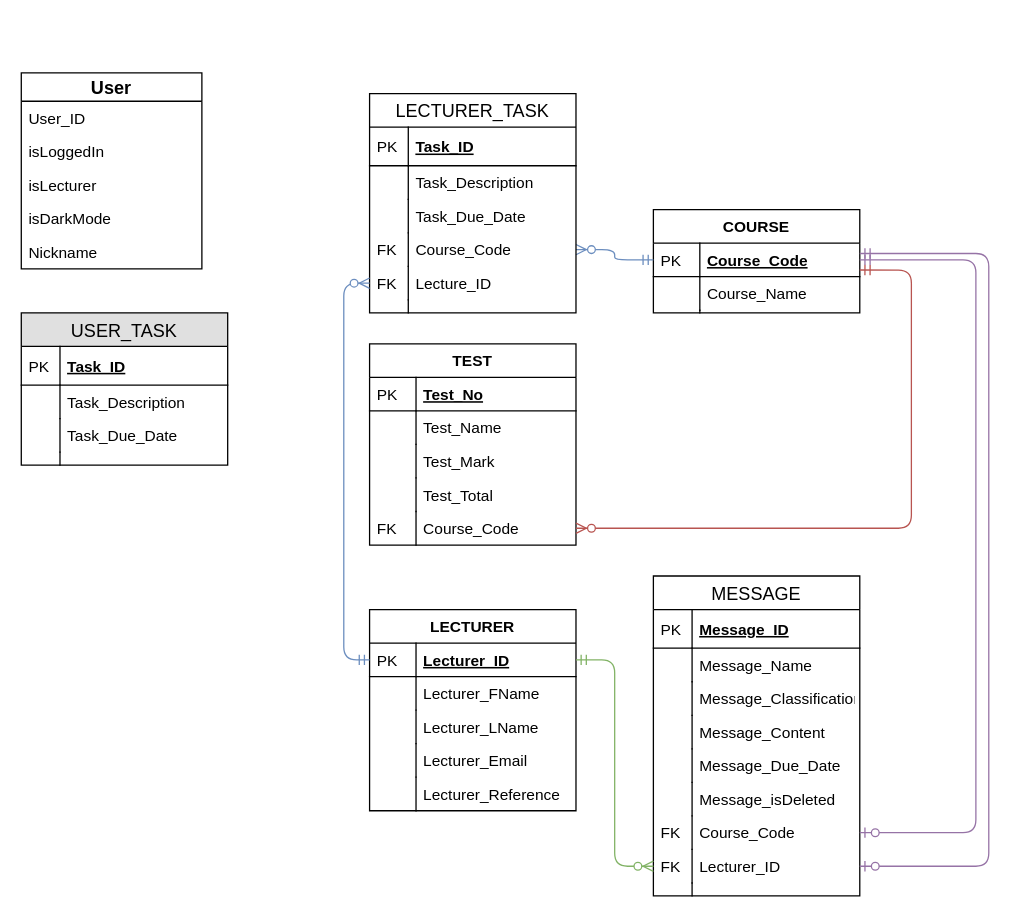
Above: Other/ERDS/LocalIntialERD.drawio in Arneev/LecTrac (draw.io), before the change. Source tidied: cells renumbered, new cells numbered last; positions are measured from the earlier drawing's top-left corner, leaving out a move shared by most shapes. Both pictures are drawn from the tidied source at 129%, with x=0, y=0 at pixel (21, 72).
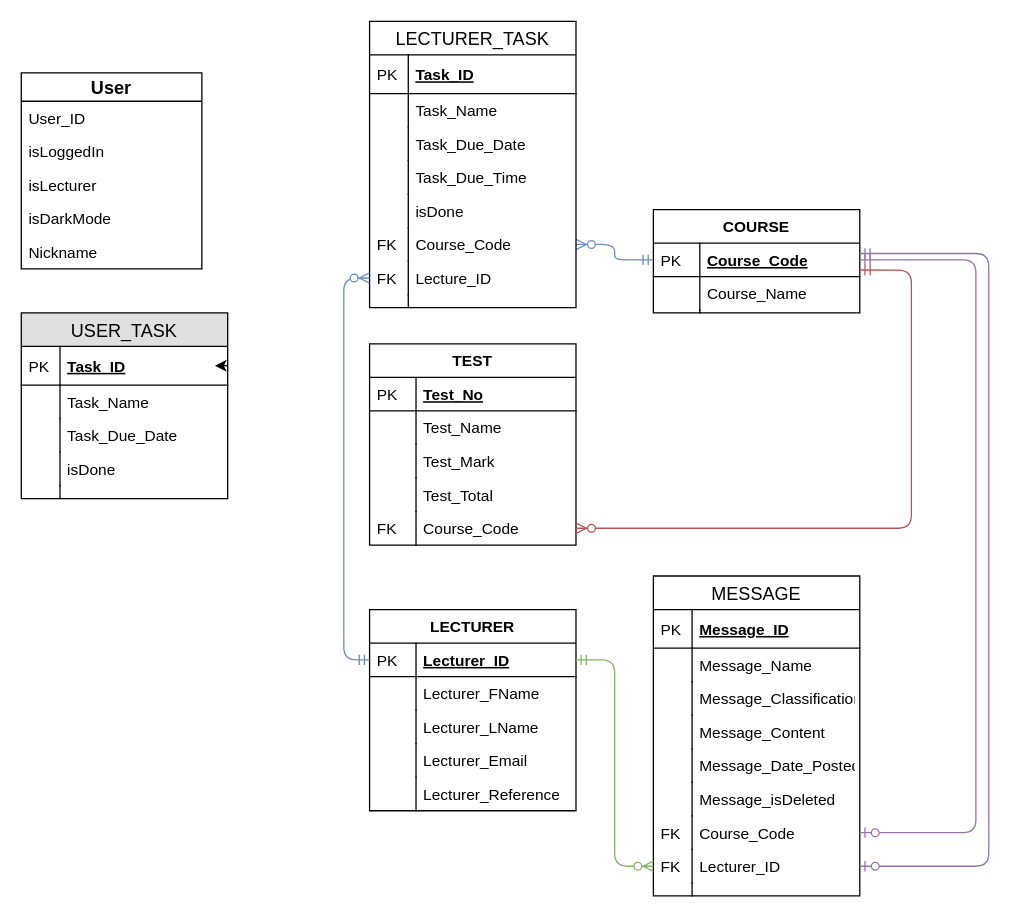
The same page after the edit.

The change refers to these unchanged cells:
```xml
<mxCell id="33" value="MESSAGE" style="swimlane;fontStyle=0;horizontal=1;startSize=26;align=center;fontSize=14;" parent="1" vertex="1">
  <mxGeometry x="490" y="390" width="160" height="248" as="geometry" />
</mxCell>
<mxCell id="76" value="Task_ID" style="shape=partialRectangle;top=0;left=0;right=0;bottom=1;align=left;verticalAlign=middle;fillColor=none;spacingLeft=34;spacingRight=4;overflow=hidden;points=[[0,0.5],[1,0.5]];portConstraint=eastwest;fontStyle=5;fontSize=12;" parent="75" vertex="1">
  <mxGeometry y="26" width="160" height="30" as="geometry" />
</mxCell>
```

Change to the diagram source:
```diff
@@
-    <mxCell id="42" value="Message_Due_Date" style="shape=partialRectangle;top=0;left=0;right=0;bottom=0;align=left;verticalAlign=top;fillColor=none;spacingLeft=34;spacingRight=4;overflow=hidden;fontSize=12;" parent="33" vertex="1">
+    <mxCell id="42" value="Message_Date_Posted" style="shape=partialRectangle;top=0;left=0;right=0;bottom=0;align=left;verticalAlign=top;fillColor=none;spacingLeft=34;spacingRight=4;overflow=hidden;fontSize=12;" parent="33" vertex="1">
       <mxGeometry y="134" width="160" height="26" as="geometry" />
     </mxCell>
@@
     <mxCell id="61" value="LECTURER_TASK" style="swimlane;fontStyle=0;horizontal=1;startSize=26;align=center;fontSize=14;" parent="1" vertex="1">
-      <mxGeometry x="270" y="16" width="160" height="170" as="geometry" />
+      <mxGeometry x="270" y="-40" width="160" height="222" as="geometry" />
     </mxCell>
@@
-    <mxCell id="64" value="Task_Description" style="shape=partialRectangle;top=0;left=0;right=0;bottom=0;align=left;verticalAlign=top;fillColor=none;spacingLeft=34;spacingRight=4;overflow=hidden;fontSize=12;" parent="61" vertex="1">
+    <mxCell id="64" value="Task_Name" style="shape=partialRectangle;top=0;left=0;right=0;bottom=0;align=left;verticalAlign=top;fillColor=none;spacingLeft=34;spacingRight=4;overflow=hidden;fontSize=12;" parent="61" vertex="1">
       <mxGeometry y="56" width="160" height="26" as="geometry" />
     </mxCell>
@@
+    <mxCell id="84" value="Task_Due_Time" style="shape=partialRectangle;top=0;left=0;right=0;bottom=0;align=left;verticalAlign=top;fillColor=none;spacingLeft=34;spacingRight=4;overflow=hidden;fontSize=12;" parent="61" vertex="1">
+      <mxGeometry y="108" width="160" height="26" as="geometry" />
+    </mxCell>
+    <mxCell id="85" style="shape=partialRectangle;top=0;left=0;bottom=0;fillColor=none;align=left;verticalAlign=top;spacingLeft=4;spacingRight=4;overflow=hidden;fontSize=12;" parent="84" vertex="1">
+      <mxGeometry width="30" height="26" as="geometry" />
+    </mxCell>
+    <mxCell id="86" value="isDone" style="shape=partialRectangle;top=0;left=0;right=0;bottom=0;align=left;verticalAlign=top;fillColor=none;spacingLeft=34;spacingRight=4;overflow=hidden;fontSize=12;" parent="61" vertex="1">
+      <mxGeometry y="134" width="160" height="26" as="geometry" />
+    </mxCell>
+    <mxCell id="87" style="shape=partialRectangle;top=0;left=0;bottom=0;fillColor=none;align=left;verticalAlign=top;spacingLeft=4;spacingRight=4;overflow=hidden;fontSize=12;" parent="86" vertex="1">
+      <mxGeometry width="30" height="26" as="geometry" />
+    </mxCell>
     <mxCell id="68" value="Course_Code" style="shape=partialRectangle;top=0;left=0;right=0;bottom=0;align=left;verticalAlign=top;fillColor=none;spacingLeft=34;spacingRight=4;overflow=hidden;points=[[0,0.5],[1,0.5]];portConstraint=eastwest;fontSize=12;" parent="61" vertex="1">
-      <mxGeometry y="108" width="160" height="26" as="geometry" />
+      <mxGeometry y="160" width="160" height="26" as="geometry" />
     </mxCell>
@@
     <mxCell id="70" value="Lecture_ID" style="shape=partialRectangle;top=0;left=0;right=0;bottom=0;align=left;verticalAlign=top;fillColor=none;spacingLeft=34;spacingRight=4;overflow=hidden;points=[[0,0.5],[1,0.5]];portConstraint=eastwest;fontSize=12;" parent="61" vertex="1">
-      <mxGeometry y="134" width="160" height="26" as="geometry" />
+      <mxGeometry y="186" width="160" height="26" as="geometry" />
     </mxCell>
@@
     <mxCell id="72" style="shape=partialRectangle;top=0;left=0;right=0;bottom=0;align=left;verticalAlign=top;fillColor=none;spacingLeft=34;spacingRight=4;overflow=hidden;fontSize=12;" parent="61" vertex="1">
-      <mxGeometry y="160" width="160" height="10" as="geometry" />
+      <mxGeometry y="212" width="160" height="10" as="geometry" />
     </mxCell>
@@
     <mxCell id="75" value="USER_TASK" style="swimlane;fontStyle=0;horizontal=1;startSize=26;fillColor=#e0e0e0;swimlaneFillColor=#ffffff;align=center;fontSize=14;strokeColor=#000000;" parent="1" vertex="1">
-      <mxGeometry y="186" width="160" height="118" as="geometry" />
+      <mxGeometry y="186" width="160" height="144" as="geometry" />
     </mxCell>
@@
-    <mxCell id="78" value="Task_Description" style="shape=partialRectangle;top=0;left=0;right=0;bottom=0;align=left;verticalAlign=top;fillColor=none;spacingLeft=34;spacingRight=4;overflow=hidden;fontSize=12;" parent="75" vertex="1">
+    <mxCell id="78" value="Task_Name" style="shape=partialRectangle;top=0;left=0;right=0;bottom=0;align=left;verticalAlign=top;fillColor=none;spacingLeft=34;spacingRight=4;overflow=hidden;fontSize=12;" parent="75" vertex="1">
       <mxGeometry y="56" width="160" height="26" as="geometry" />
     </mxCell>
@@
+    <mxCell id="88" value="isDone" style="shape=partialRectangle;top=0;left=0;right=0;bottom=0;align=left;verticalAlign=top;fillColor=none;spacingLeft=34;spacingRight=4;overflow=hidden;fontSize=12;" parent="75" vertex="1">
+      <mxGeometry y="108" width="160" height="26" as="geometry" />
+    </mxCell>
+    <mxCell id="89" style="shape=partialRectangle;top=0;left=0;bottom=0;fillColor=none;align=left;verticalAlign=top;spacingLeft=4;spacingRight=4;overflow=hidden;fontSize=12;" parent="88" vertex="1">
+      <mxGeometry width="30" height="26" as="geometry" />
+    </mxCell>
     <mxCell id="82" style="shape=partialRectangle;top=0;left=0;right=0;bottom=0;align=left;verticalAlign=top;fillColor=none;spacingLeft=34;spacingRight=4;overflow=hidden;fontSize=12;" parent="75" vertex="1">
-      <mxGeometry y="108" width="160" height="10" as="geometry" />
+      <mxGeometry y="134" width="160" height="10" as="geometry" />
     </mxCell>
@@
+    <mxCell id="90" style="edgeStyle=orthogonalEdgeStyle;rounded=0;orthogonalLoop=1;jettySize=auto;html=1;exitX=1;exitY=0.5;exitDx=0;exitDy=0;entryX=0.938;entryY=0.5;entryDx=0;entryDy=0;entryPerimeter=0;" parent="75" edge="1" source="76" target="76">
+      <mxGeometry relative="1" as="geometry" />
+    </mxCell>
```
